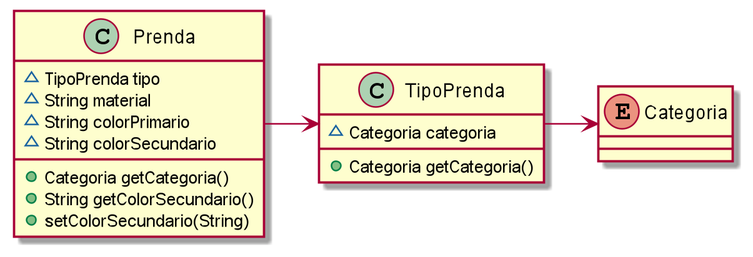
mnigliazzo/qmp-grupo10 keeps this PlantUML diagram as img/iteracion1.png. Above is the earlier version. The source it was exported from:
```plantuml
@startuml
class Prenda {
~ TipoPrenda tipo
~ String material
~ String colorPrimario
~ String colorSecundario
+ Categoria getCategoria()
+ String getColorSecundario()
+ setColorSecundario(String)
}
class TipoPrenda {
~ Categoria categoria
+ Categoria getCategoria()
}
Enum Categoria {
}

Prenda -> TipoPrenda
TipoPrenda -> Categoria
@enduml
```
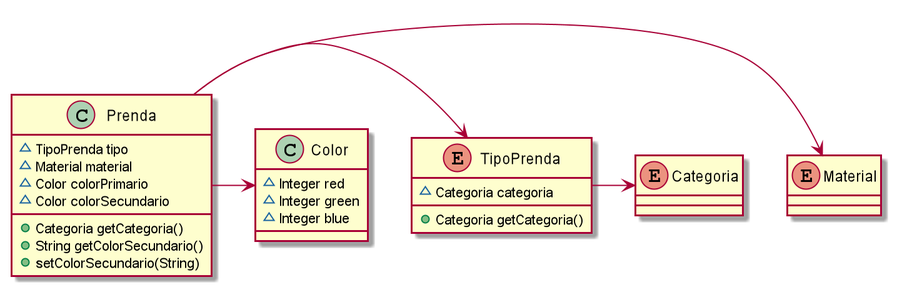
The same diagram one commit later.

Commit message:
Corrijo Diagramas

The edit, as a diff of the source:
```diff
@@ -1,20 +1,30 @@
 @startuml
 class Prenda {
 ~ TipoPrenda tipo
-~ String material
-~ String colorPrimario
-~ String colorSecundario
+~ Material material
+~ Color colorPrimario
+~ Color colorSecundario
 + Categoria getCategoria()
 + String getColorSecundario()
 + setColorSecundario(String)
 }
-class TipoPrenda {
+class Color{
+~ Integer red
+~ Integer green
+~ Integer blue
+}
+Enum TipoPrenda {
 ~ Categoria categoria
 + Categoria getCategoria()
 }
 Enum Categoria {
 }
 
+Enum Material{
+}
+
+Prenda -> Material
 Prenda -> TipoPrenda
 TipoPrenda -> Categoria
+Prenda -> Color
 @enduml
```
